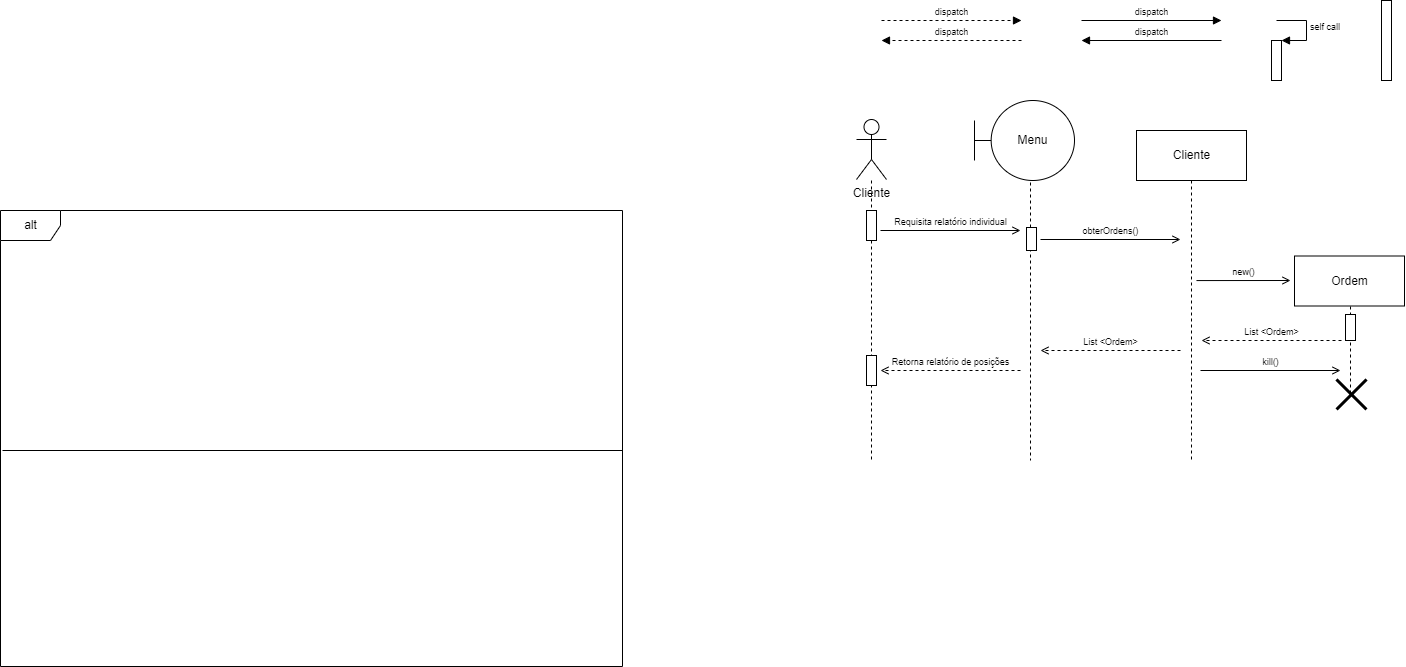
Before: MarketDiagramasDeSequencia/MarketSequencia06.drawio.png, a diagram exported from draw.io (EijiDogen/FEI_MDSMarket). Source tidied: cells renumbered, new cells last; positions are measured from the earlier drawing's top-left corner, leaving out a move shared by most shapes. Source of this version:
```xml
<mxGraphModel>
  <root>
    <mxCell id="0" />
    <mxCell id="1" value="Frames" parent="0" />
    <mxCell id="2" value="alt" style="shape=umlFrame;whiteSpace=wrap;html=1;" parent="1" vertex="1">
      <mxGeometry y="210" width="622" height="456" as="geometry" />
    </mxCell>
    <mxCell id="3" style="line;strokeWidth=1;fillColor=none;align=left;verticalAlign=middle;spacingTop=-1;spacingLeft=3;spacingRight=3;labelPosition=right;" parent="1" vertex="1">
      <mxGeometry x="2" y="446" width="620" height="8" as="geometry" />
    </mxCell>
    <mxCell id="4" value="Lifeline" parent="0" />
    <mxCell id="5" style="edgeStyle=orthogonalEdgeStyle;rounded=0;orthogonalLoop=1;jettySize=auto;html=1;dashed=1;endArrow=none;endFill=0;" parent="4" edge="1">
      <mxGeometry relative="1" as="geometry">
        <mxPoint x="871" y="180" as="sourcePoint" />
        <mxPoint x="870" y="460" as="targetPoint" />
        <Array as="points">
          <mxPoint x="871" y="460" />
        </Array>
      </mxGeometry>
    </mxCell>
    <mxCell id="6" style="edgeStyle=orthogonalEdgeStyle;rounded=0;orthogonalLoop=1;jettySize=auto;html=1;dashed=1;endArrow=none;endFill=0;anchorPointDirection=1;" parent="4" edge="1">
      <mxGeometry relative="1" as="geometry">
        <mxPoint x="1191" y="180" as="sourcePoint" />
        <mxPoint x="1190" y="460" as="targetPoint" />
        <Array as="points">
          <mxPoint x="1191" y="440" />
          <mxPoint x="1191" y="440" />
        </Array>
      </mxGeometry>
    </mxCell>
    <mxCell id="7" style="edgeStyle=orthogonalEdgeStyle;rounded=0;orthogonalLoop=1;jettySize=auto;html=1;dashed=1;endArrow=none;endFill=0;" parent="4" edge="1">
      <mxGeometry relative="1" as="geometry">
        <mxPoint x="1350" y="300" as="sourcePoint" />
        <mxPoint x="1350" y="393" as="targetPoint" />
        <Array as="points">
          <mxPoint x="1350" y="383" />
          <mxPoint x="1350" y="383" />
        </Array>
      </mxGeometry>
    </mxCell>
    <mxCell id="8" value="Cliente" style="html=1;" parent="4" vertex="1">
      <mxGeometry x="1136" y="130" width="110" height="50" as="geometry" />
    </mxCell>
    <mxCell id="9" value="Cliente" style="shape=umlActor;verticalLabelPosition=bottom;verticalAlign=top;html=1;" parent="4" vertex="1">
      <mxGeometry x="856" y="119" width="30" height="60" as="geometry" />
    </mxCell>
    <mxCell id="10" style="edgeStyle=orthogonalEdgeStyle;rounded=0;orthogonalLoop=1;jettySize=auto;html=1;endArrow=none;endFill=0;dashed=1;" parent="4" edge="1">
      <mxGeometry relative="1" as="geometry">
        <mxPoint x="1030" y="170" as="sourcePoint" />
        <mxPoint x="1030" y="460" as="targetPoint" />
        <Array as="points">
          <mxPoint x="1030" y="450" />
        </Array>
      </mxGeometry>
    </mxCell>
    <mxCell id="11" value="Ordem" style="html=1;" parent="4" vertex="1">
      <mxGeometry x="1294" y="255.5" width="110" height="50" as="geometry" />
    </mxCell>
    <mxCell id="12" value="Active" parent="0" />
    <mxCell id="13" style="html=1;perimeter=orthogonalPerimeter;fontSize=9;" parent="12" vertex="1">
      <mxGeometry x="1381" width="10" height="80" as="geometry" />
    </mxCell>
    <mxCell id="14" style="html=1;perimeter=orthogonalPerimeter;fontSize=9;" parent="12" vertex="1">
      <mxGeometry x="866" y="210" width="10" height="30" as="geometry" />
    </mxCell>
    <mxCell id="15" style="html=1;perimeter=orthogonalPerimeter;fontSize=9;" parent="12" vertex="1">
      <mxGeometry x="1026" y="227" width="10" height="23" as="geometry" />
    </mxCell>
    <mxCell id="16" style="html=1;perimeter=orthogonalPerimeter;fontSize=9;" parent="12" vertex="1">
      <mxGeometry x="1345" y="314" width="10" height="26" as="geometry" />
    </mxCell>
    <mxCell id="17" value="Menu" style="shape=umlBoundary;whiteSpace=wrap;html=1;" parent="12" vertex="1">
      <mxGeometry x="974" y="100" width="100" height="80" as="geometry" />
    </mxCell>
    <mxCell id="18" value="obterOrdens()" style="html=1;verticalAlign=bottom;endArrow=open;rounded=0;fontSize=9;endFill=0;" parent="12" edge="1">
      <mxGeometry relative="1" as="geometry">
        <mxPoint x="1040" y="239" as="sourcePoint" />
        <mxPoint x="1180" y="239" as="targetPoint" />
      </mxGeometry>
    </mxCell>
    <mxCell id="19" value="List &amp;lt;Ordem&amp;gt;" style="html=1;verticalAlign=bottom;endArrow=open;rounded=0;fontSize=9;dashed=1;endFill=0;" parent="12" edge="1">
      <mxGeometry relative="1" as="geometry">
        <mxPoint x="1341" y="340" as="sourcePoint" />
        <mxPoint x="1201" y="340" as="targetPoint" />
      </mxGeometry>
    </mxCell>
    <mxCell id="20" value="Retorna relatório de posições" style="html=1;verticalAlign=bottom;endArrow=open;rounded=0;fontSize=9;dashed=1;endFill=0;" parent="12" edge="1">
      <mxGeometry relative="1" as="geometry">
        <mxPoint x="1020" y="370" as="sourcePoint" />
        <mxPoint x="880" y="370" as="targetPoint" />
      </mxGeometry>
    </mxCell>
    <mxCell id="21" value="Messages" parent="0" />
    <mxCell id="22" value="Requisita relatório individual" style="html=1;verticalAlign=bottom;endArrow=open;rounded=0;fontSize=9;endFill=0;" parent="21" edge="1">
      <mxGeometry relative="1" as="geometry">
        <mxPoint x="880" y="230" as="sourcePoint" />
        <mxPoint x="1020" y="230" as="targetPoint" />
      </mxGeometry>
    </mxCell>
    <mxCell id="23" value="dispatch" style="html=1;verticalAlign=bottom;endArrow=block;rounded=0;fontSize=9;" parent="21" edge="1">
      <mxGeometry relative="1" as="geometry">
        <mxPoint x="1081" y="20" as="sourcePoint" />
        <mxPoint x="1221" y="20" as="targetPoint" />
      </mxGeometry>
    </mxCell>
    <mxCell id="24" value="dispatch" style="html=1;verticalAlign=bottom;endArrow=block;rounded=0;dashed=1;fontSize=9;" parent="21" edge="1">
      <mxGeometry relative="1" as="geometry">
        <mxPoint x="881" y="20" as="sourcePoint" />
        <mxPoint x="1021" y="20" as="targetPoint" />
      </mxGeometry>
    </mxCell>
    <mxCell id="25" value="dispatch" style="html=1;verticalAlign=bottom;endArrow=block;rounded=0;fontSize=9;" parent="21" edge="1">
      <mxGeometry relative="1" as="geometry">
        <mxPoint x="1221" y="40" as="sourcePoint" />
        <mxPoint x="1081" y="40" as="targetPoint" />
      </mxGeometry>
    </mxCell>
    <mxCell id="26" value="dispatch" style="html=1;verticalAlign=bottom;endArrow=block;rounded=0;dashed=1;fontSize=9;" parent="21" edge="1">
      <mxGeometry relative="1" as="geometry">
        <mxPoint x="1021" y="40" as="sourcePoint" />
        <mxPoint x="881" y="40" as="targetPoint" />
      </mxGeometry>
    </mxCell>
    <mxCell id="27" style="html=1;points=[];perimeter=orthogonalPerimeter;fontSize=9;" parent="21" vertex="1">
      <mxGeometry x="1271" y="40" width="10" height="40" as="geometry" />
    </mxCell>
    <mxCell id="28" value="self call" style="edgeStyle=orthogonalEdgeStyle;html=1;align=left;spacingLeft=2;endArrow=block;rounded=0;entryX=1;entryY=0;fontSize=9;" parent="21" edge="1" target="27">
      <mxGeometry relative="1" as="geometry">
        <mxPoint x="1276" y="20" as="sourcePoint" />
        <Array as="points">
          <mxPoint x="1306" y="20" />
        </Array>
      </mxGeometry>
    </mxCell>
    <mxCell id="29" value="new()" style="html=1;verticalAlign=bottom;endArrow=open;rounded=0;fontSize=9;endFill=0;" parent="21" edge="1">
      <mxGeometry relative="1" as="geometry">
        <mxPoint x="1196" y="280.1" as="sourcePoint" />
        <mxPoint x="1290" y="280" as="targetPoint" />
      </mxGeometry>
    </mxCell>
    <mxCell id="30" value="List &amp;lt;Ordem&amp;gt;" style="html=1;verticalAlign=bottom;endArrow=open;rounded=0;fontSize=9;dashed=1;endFill=0;" parent="21" edge="1">
      <mxGeometry relative="1" as="geometry">
        <mxPoint x="1180" y="350" as="sourcePoint" />
        <mxPoint x="1040" y="350" as="targetPoint" />
      </mxGeometry>
    </mxCell>
    <mxCell id="31" style="html=1;perimeter=orthogonalPerimeter;fontSize=9;" parent="21" vertex="1">
      <mxGeometry x="866" y="355" width="10" height="30" as="geometry" />
    </mxCell>
    <mxCell id="32" value="kill()" style="html=1;verticalAlign=bottom;endArrow=open;rounded=0;fontSize=9;endFill=0;" parent="21" edge="1">
      <mxGeometry relative="1" as="geometry">
        <mxPoint x="1200" y="370" as="sourcePoint" />
        <mxPoint x="1340" y="370" as="targetPoint" />
      </mxGeometry>
    </mxCell>
    <mxCell id="33" style="shape=umlDestroy;whiteSpace=wrap;html=1;strokeWidth=3;" parent="21" vertex="1">
      <mxGeometry x="1336" y="379" width="30" height="30" as="geometry" />
    </mxCell>
  </root>
</mxGraphModel>
```
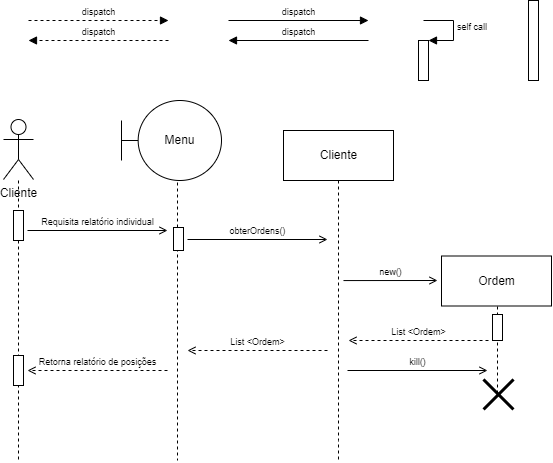
After the commit.

The edit, as a diff of the source:
```diff
@@ -2,12 +2,6 @@
   <root>
     <mxCell id="0" />
     <mxCell id="1" value="Frames" parent="0" />
-    <mxCell id="2" value="alt" style="shape=umlFrame;whiteSpace=wrap;html=1;" parent="1" vertex="1">
-      <mxGeometry y="210" width="622" height="456" as="geometry" />
-    </mxCell>
-    <mxCell id="3" style="line;strokeWidth=1;fillColor=none;align=left;verticalAlign=middle;spacingTop=-1;spacingLeft=3;spacingRight=3;labelPosition=right;" parent="1" vertex="1">
-      <mxGeometry x="2" y="446" width="620" height="8" as="geometry" />
-    </mxCell>
     <mxCell id="4" value="Lifeline" parent="0" />
     <mxCell id="5" style="edgeStyle=orthogonalEdgeStyle;rounded=0;orthogonalLoop=1;jettySize=auto;html=1;dashed=1;endArrow=none;endFill=0;" parent="4" edge="1">
       <mxGeometry relative="1" as="geometry">
```
